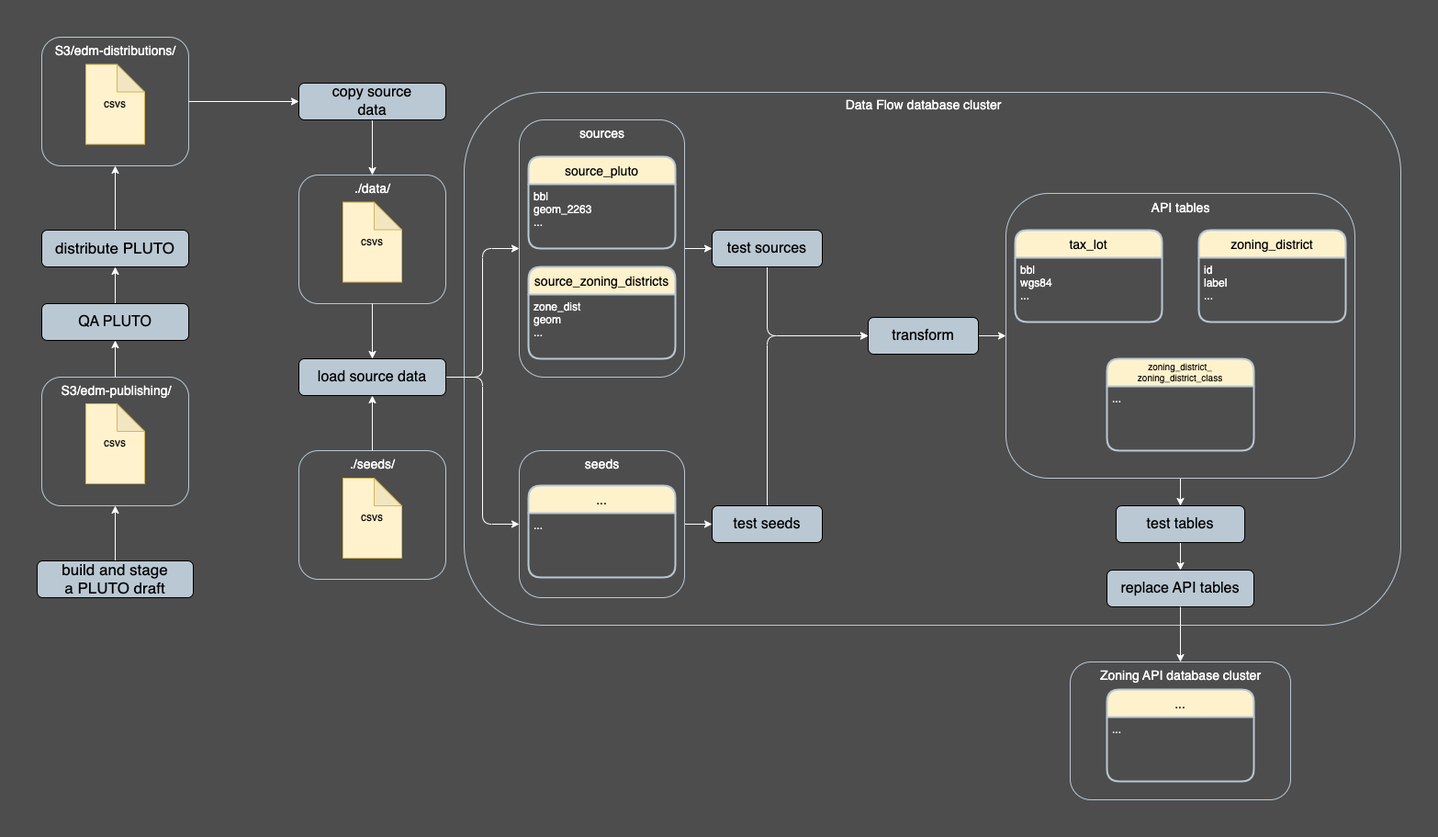
Earlier version of the draw.io export diagrams/workflow_zoning_api_update.drawio.png (NYCPlanning/ae-data-flow). Source tidied: cells renumbered, new cells last; positions are measured from the earlier drawing's top-left corner, leaving out a move shared by most shapes.
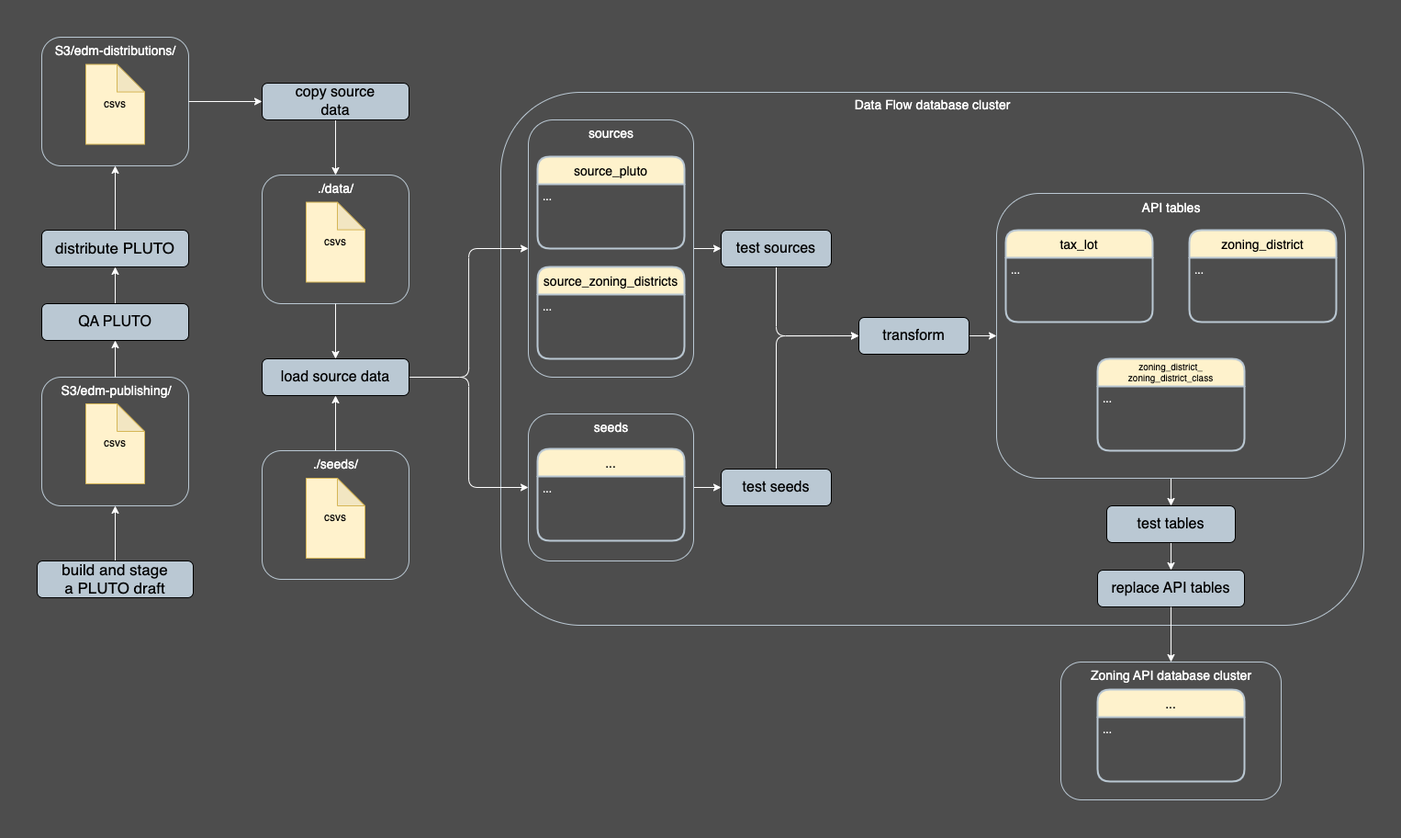
After the commit.

Commit message:
simplify column names in diagram

Diff of the diagram source:
```diff
@@ -3,22 +3,22 @@
     <mxCell id="0" />
     <mxCell id="1" parent="0" />
     <mxCell id="2" value="&lt;span style=&quot;font-size: 16px;&quot;&gt;&lt;br&gt;&lt;/span&gt;" style="shape=rect;html=1;rounded=1;whiteSpace=wrap;align=center;fillColor=none;strokeColor=#BAC8D3;fillStyle=hatch;" parent="1" vertex="1">
-      <mxGeometry x="1125" y="680" width="240" height="150" as="geometry" />
+      <mxGeometry x="1115" y="680" width="240" height="150" as="geometry" />
     </mxCell>
     <mxCell id="3" value="..." style="swimlane;horizontal=1;startSize=30;rounded=1;fontSize=14;fontStyle=0;strokeWidth=2;shadow=0;dashed=0;align=center;labelBackgroundColor=none;labelBorderColor=none;strokeColor=#BAC8D3;fontFamily=Helvetica;fontColor=#000000;fillColor=#fef2cc;" parent="1" vertex="1">
-      <mxGeometry x="1165" y="710" width="160" height="100" as="geometry" />
+      <mxGeometry x="1155" y="710" width="160" height="100" as="geometry" />
     </mxCell>
     <mxCell id="4" value="..." style="align=left;strokeColor=none;fillColor=none;spacingLeft=4;fontSize=12;verticalAlign=top;labelBackgroundColor=none;labelBorderColor=none;fontFamily=Helvetica;fontColor=#FFFFFF;gradientColor=default;" parent="3" vertex="1">
       <mxGeometry y="30" width="160" height="70" as="geometry" />
     </mxCell>
     <mxCell id="5" value="&lt;span style=&quot;font-size: 16px;&quot;&gt;&lt;br&gt;&lt;/span&gt;" style="shape=rect;html=1;rounded=1;whiteSpace=wrap;align=center;fillColor=none;strokeColor=#BAC8D3;fillStyle=hatch;" parent="1" vertex="1">
-      <mxGeometry x="465" y="60" width="1020" height="580" as="geometry" />
+      <mxGeometry x="505" y="60" width="940" height="580" as="geometry" />
     </mxCell>
     <mxCell id="6" style="edgeStyle=orthogonalEdgeStyle;shape=connector;rounded=1;html=1;entryX=0;entryY=0.5;entryDx=0;entryDy=0;labelBackgroundColor=default;strokeColor=#FFFFFF;fontFamily=Helvetica;fontSize=10;fontColor=default;endArrow=classic;" parent="1" edge="1" source="7" target="36">
       <mxGeometry relative="1" as="geometry" />
     </mxCell>
     <mxCell id="7" style="shape=rect;html=1;rounded=1;whiteSpace=wrap;align=center;fillColor=none;strokeColor=#BAC8D3;fillStyle=hatch;" parent="1" vertex="1">
-      <mxGeometry x="525" y="450" width="180" height="160" as="geometry" />
+      <mxGeometry x="535" y="410" width="180" height="160" as="geometry" />
     </mxCell>
     <mxCell id="8" style="edgeStyle=none;html=1;entryX=0.5;entryY=0;entryDx=0;entryDy=0;strokeColor=#CCCCCC;startArrow=classic;startFill=1;" parent="1" edge="1">
       <mxGeometry relative="1" as="geometry">
@@ -70,7 +70,7 @@
       <mxGeometry x="48" y="29" width="64" height="87" as="geometry" />
     </mxCell>
     <mxCell id="21" value="Data Flow database cluster" style="text;html=1;align=center;verticalAlign=middle;strokeColor=none;fillColor=none;labelBackgroundColor=none;fontSize=14;labelBorderColor=none;fontColor=#FFFFFF;" parent="1" vertex="1">
-      <mxGeometry x="871" y="60" width="188" height="29" as="geometry" />
+      <mxGeometry x="881" y="60" width="188" height="29" as="geometry" />
     </mxCell>
     <mxCell id="22" style="edgeStyle=orthogonalEdgeStyle;shape=connector;rounded=1;html=1;entryX=0;entryY=0.5;entryDx=0;entryDy=0;labelBackgroundColor=default;strokeColor=#FFFFFF;fontFamily=Helvetica;fontSize=10;fontColor=default;endArrow=classic;" parent="1" edge="1" source="24" target="7">
       <mxGeometry relative="1" as="geometry" />
@@ -79,10 +79,10 @@
       <mxGeometry relative="1" as="geometry" />
     </mxCell>
     <mxCell id="24" value="&lt;span style=&quot;font-size: 16px;&quot;&gt;load source data&lt;br&gt;&lt;/span&gt;" style="shape=rect;html=1;rounded=1;whiteSpace=wrap;align=center;fillColor=#BAC8D3;" parent="1" vertex="1">
-      <mxGeometry x="285" y="350" width="160" height="40" as="geometry" />
+      <mxGeometry x="245" y="350" width="160" height="40" as="geometry" />
     </mxCell>
     <mxCell id="25" style="group;" parent="1" vertex="1">
-      <mxGeometry x="285" y="150" width="160" height="140" as="geometry" />
+      <mxGeometry x="245" y="150" width="160" height="140" as="geometry" />
     </mxCell>
     <mxCell id="26" value="&lt;span style=&quot;font-size: 16px;&quot;&gt;&lt;br&gt;&lt;/span&gt;" style="shape=rect;html=1;rounded=1;whiteSpace=wrap;align=center;fillColor=none;strokeColor=#BAC8D3;fillStyle=hatch;" parent="25" vertex="1">
       <mxGeometry width="160" height="140" as="geometry" />
@@ -97,10 +97,10 @@
       <mxGeometry relative="1" as="geometry" />
     </mxCell>
     <mxCell id="30" value="&lt;span style=&quot;font-size: 16px;&quot;&gt;transform&lt;br&gt;&lt;/span&gt;" style="shape=rect;html=1;rounded=1;whiteSpace=wrap;align=center;fillColor=#BAC8D3;" parent="1" vertex="1">
-      <mxGeometry x="905" y="305" width="120" height="40" as="geometry" />
+      <mxGeometry x="895" y="305" width="120" height="40" as="geometry" />
     </mxCell>
     <mxCell id="31" style="group;" parent="1" vertex="1">
-      <mxGeometry x="285" y="450" width="160" height="140" as="geometry" />
+      <mxGeometry x="245" y="450" width="160" height="140" as="geometry" />
     </mxCell>
     <mxCell id="32" value="&lt;span style=&quot;font-size: 16px;&quot;&gt;&lt;br&gt;&lt;/span&gt;" style="shape=rect;html=1;rounded=1;whiteSpace=wrap;align=center;fillColor=none;strokeColor=#BAC8D3;fillStyle=hatch;" parent="31" vertex="1">
       <mxGeometry width="160" height="140" as="geometry" />
@@ -115,34 +115,34 @@
       <mxGeometry relative="1" as="geometry" />
     </mxCell>
     <mxCell id="36" value="&lt;span style=&quot;font-size: 16px;&quot;&gt;test seeds&lt;br&gt;&lt;/span&gt;" style="shape=rect;html=1;rounded=1;whiteSpace=wrap;align=center;fillColor=#BAC8D3;" parent="1" vertex="1">
-      <mxGeometry x="735" y="510" width="120" height="40" as="geometry" />
+      <mxGeometry x="745" y="470" width="120" height="40" as="geometry" />
     </mxCell>
     <mxCell id="37" style="edgeStyle=orthogonalEdgeStyle;shape=connector;rounded=1;html=1;entryX=0;entryY=0.5;entryDx=0;entryDy=0;labelBackgroundColor=default;strokeColor=#FFFFFF;fontFamily=Helvetica;fontSize=10;fontColor=default;endArrow=classic;" parent="1" edge="1" source="38" target="48">
       <mxGeometry relative="1" as="geometry" />
     </mxCell>
     <mxCell id="38" style="shape=rect;html=1;rounded=1;whiteSpace=wrap;align=center;fillColor=none;strokeColor=#BAC8D3;fillStyle=hatch;" parent="1" vertex="1">
-      <mxGeometry x="525" y="90" width="180" height="280" as="geometry" />
+      <mxGeometry x="535" y="90" width="180" height="280" as="geometry" />
     </mxCell>
     <mxCell id="39" value="sources" style="text;html=1;align=center;verticalAlign=middle;strokeColor=none;fillColor=none;labelBackgroundColor=none;fontSize=14;labelBorderColor=none;fontColor=#FFFFFF;" parent="1" vertex="1">
-      <mxGeometry x="580" y="90" width="70" height="30" as="geometry" />
+      <mxGeometry x="590" y="90" width="70" height="30" as="geometry" />
     </mxCell>
     <mxCell id="40" value="source_zoning_districts" style="swimlane;horizontal=1;startSize=30;rounded=1;fontSize=14;fontStyle=0;strokeWidth=2;shadow=0;dashed=0;align=center;labelBackgroundColor=none;labelBorderColor=none;strokeColor=#BAC8D3;fontFamily=Helvetica;fontColor=#000000;fillColor=#fef2cc;" parent="1" vertex="1">
-      <mxGeometry x="535" y="250" width="160" height="100" as="geometry" />
+      <mxGeometry x="545" y="250" width="160" height="100" as="geometry" />
     </mxCell>
-    <mxCell id="41" value="zone_dist&#10;geom&#10;..." style="align=left;strokeColor=none;fillColor=none;spacingLeft=4;fontSize=12;verticalAlign=top;labelBackgroundColor=none;labelBorderColor=none;fontFamily=Helvetica;fontColor=#FFFFFF;gradientColor=default;" parent="40" vertex="1">
+    <mxCell id="41" value="..." style="align=left;strokeColor=none;fillColor=none;spacingLeft=4;fontSize=12;verticalAlign=top;labelBackgroundColor=none;labelBorderColor=none;fontFamily=Helvetica;fontColor=#FFFFFF;gradientColor=default;" parent="40" vertex="1">
       <mxGeometry y="30" width="160" height="70" as="geometry" />
     </mxCell>
     <mxCell id="42" value="source_pluto" style="swimlane;horizontal=1;startSize=30;rounded=1;fontSize=14;fontStyle=0;strokeWidth=2;shadow=0;dashed=0;align=center;labelBackgroundColor=none;labelBorderColor=none;strokeColor=#BAC8D3;fontFamily=Helvetica;fontColor=#000000;fillColor=#fef2cc;" parent="1" vertex="1">
-      <mxGeometry x="535" y="130" width="160" height="100" as="geometry" />
+      <mxGeometry x="545" y="130" width="160" height="100" as="geometry" />
     </mxCell>
-    <mxCell id="43" value="bbl&#10;geom_2263&#10;..." style="align=left;strokeColor=none;fillColor=none;spacingLeft=4;fontSize=12;verticalAlign=top;labelBackgroundColor=none;labelBorderColor=none;fontFamily=Helvetica;fontColor=#FFFFFF;gradientColor=default;" parent="42" vertex="1">
+    <mxCell id="43" value="..." style="align=left;strokeColor=none;fillColor=none;spacingLeft=4;fontSize=12;verticalAlign=top;labelBackgroundColor=none;labelBorderColor=none;fontFamily=Helvetica;fontColor=#FFFFFF;gradientColor=default;" parent="42" vertex="1">
       <mxGeometry y="30" width="160" height="70" as="geometry" />
     </mxCell>
     <mxCell id="44" value="seeds" style="text;html=1;align=center;verticalAlign=middle;strokeColor=none;fillColor=none;labelBackgroundColor=none;fontSize=14;labelBorderColor=none;fontColor=#FFFFFF;" parent="1" vertex="1">
-      <mxGeometry x="585" y="450" width="60" height="30" as="geometry" />
+      <mxGeometry x="595" y="410" width="60" height="30" as="geometry" />
     </mxCell>
     <mxCell id="45" value="..." style="swimlane;horizontal=1;startSize=30;rounded=1;fontSize=14;fontStyle=0;strokeWidth=2;shadow=0;dashed=0;align=center;labelBackgroundColor=none;labelBorderColor=none;strokeColor=#BAC8D3;fontFamily=Helvetica;fontColor=#000000;fillColor=#fef2cc;" parent="1" vertex="1">
-      <mxGeometry x="535" y="488" width="160" height="100" as="geometry" />
+      <mxGeometry x="545" y="448" width="160" height="100" as="geometry" />
     </mxCell>
     <mxCell id="46" value="..." style="align=left;strokeColor=none;fillColor=none;spacingLeft=4;fontSize=12;verticalAlign=top;labelBackgroundColor=none;labelBorderColor=none;fontFamily=Helvetica;fontColor=#FFFFFF;gradientColor=default;" parent="45" vertex="1">
       <mxGeometry y="30" width="160" height="70" as="geometry" />
@@ -151,10 +151,10 @@
       <mxGeometry relative="1" as="geometry" />
     </mxCell>
     <mxCell id="48" value="&lt;span style=&quot;font-size: 16px;&quot;&gt;test sources&lt;br&gt;&lt;/span&gt;" style="shape=rect;html=1;rounded=1;whiteSpace=wrap;align=center;fillColor=#BAC8D3;" parent="1" vertex="1">
-      <mxGeometry x="735" y="210" width="120" height="40" as="geometry" />
+      <mxGeometry x="745" y="210" width="120" height="40" as="geometry" />
     </mxCell>
     <mxCell id="49" style="group;" parent="1" vertex="1">
-      <mxGeometry x="1055" y="170" width="380" height="450" as="geometry" />
+      <mxGeometry x="1045" y="170" width="380" height="450" as="geometry" />
     </mxCell>
     <mxCell id="50" style="group;" parent="49" vertex="1">
       <mxGeometry width="380" height="450" as="geometry" />
@@ -171,13 +171,13 @@
     <mxCell id="54" value="tax_lot" style="swimlane;horizontal=1;startSize=30;rounded=1;fontSize=14;fontStyle=0;strokeWidth=2;shadow=0;dashed=0;align=center;labelBackgroundColor=none;labelBorderColor=none;strokeColor=#BAC8D3;fontFamily=Helvetica;fontColor=#000000;fillColor=#fef2cc;" parent="50" vertex="1">
       <mxGeometry x="10" y="40" width="160" height="100" as="geometry" />
     </mxCell>
-    <mxCell id="55" value="bbl&#10;wgs84&#10;..." style="align=left;strokeColor=none;fillColor=none;spacingLeft=4;fontSize=12;verticalAlign=top;labelBackgroundColor=none;labelBorderColor=none;fontFamily=Helvetica;fontColor=#FFFFFF;gradientColor=default;" parent="54" vertex="1">
+    <mxCell id="55" value="..." style="align=left;strokeColor=none;fillColor=none;spacingLeft=4;fontSize=12;verticalAlign=top;labelBackgroundColor=none;labelBorderColor=none;fontFamily=Helvetica;fontColor=#FFFFFF;gradientColor=default;" parent="54" vertex="1">
       <mxGeometry y="30" width="160" height="70" as="geometry" />
     </mxCell>
     <mxCell id="56" value="zoning_district" style="swimlane;horizontal=1;startSize=30;rounded=1;fontSize=14;fontStyle=0;strokeWidth=2;shadow=0;dashed=0;align=center;labelBackgroundColor=none;labelBorderColor=none;strokeColor=#BAC8D3;fontFamily=Helvetica;fontColor=#000000;fillColor=#fef2cc;" parent="50" vertex="1">
       <mxGeometry x="210" y="40" width="160" height="100" as="geometry" />
     </mxCell>
-    <mxCell id="57" value="id&#10;label&#10;..." style="align=left;strokeColor=none;fillColor=none;spacingLeft=4;fontSize=12;verticalAlign=top;labelBackgroundColor=none;labelBorderColor=none;fontFamily=Helvetica;fontColor=#FFFFFF;gradientColor=default;" parent="56" vertex="1">
+    <mxCell id="57" value="..." style="align=left;strokeColor=none;fillColor=none;spacingLeft=4;fontSize=12;verticalAlign=top;labelBackgroundColor=none;labelBorderColor=none;fontFamily=Helvetica;fontColor=#FFFFFF;gradientColor=default;" parent="56" vertex="1">
       <mxGeometry y="30" width="160" height="70" as="geometry" />
     </mxCell>
     <mxCell id="58" value="zoning_district_&#10;zoning_district_class" style="swimlane;horizontal=1;startSize=30;rounded=1;fontSize=10;fontStyle=0;strokeWidth=2;shadow=0;dashed=0;align=center;labelBackgroundColor=none;labelBorderColor=none;strokeColor=#BAC8D3;fontFamily=Helvetica;fontColor=#000000;fillColor=#fef2cc;" parent="50" vertex="1">
@@ -186,7 +186,7 @@
     <mxCell id="59" value="..." style="align=left;strokeColor=none;fillColor=none;spacingLeft=4;fontSize=12;verticalAlign=top;labelBackgroundColor=none;labelBorderColor=none;fontFamily=Helvetica;fontColor=#FFFFFF;gradientColor=default;" parent="58" vertex="1">
       <mxGeometry y="30" width="160" height="70" as="geometry" />
     </mxCell>
-    <mxCell id="60" style="edgeStyle=orthogonalEdgeStyle;shape=connector;rounded=1;html=1;labelBackgroundColor=default;strokeColor=#FFFFFF;fontFamily=Helvetica;fontSize=10;fontColor=default;endArrow=classic;" parent="50" edge="1" source="61" target="62">
+    <mxCell id="60" style="edgeStyle=orthogonalEdgeStyle;shape=connector;rounded=1;html=1;entryX=0.5;entryY=0;entryDx=0;entryDy=0;labelBackgroundColor=default;strokeColor=#FFFFFF;fontFamily=Helvetica;fontSize=10;fontColor=default;endArrow=classic;" parent="50" edge="1" source="61" target="62">
       <mxGeometry relative="1" as="geometry" />
     </mxCell>
     <mxCell id="61" value="&lt;span style=&quot;font-size: 16px;&quot;&gt;test tables&lt;br&gt;&lt;/span&gt;" style="shape=rect;html=1;rounded=1;whiteSpace=wrap;align=center;fillColor=#BAC8D3;" parent="50" vertex="1">
@@ -217,7 +217,7 @@
       <mxGeometry relative="1" as="geometry" />
     </mxCell>
     <mxCell id="70" value="&lt;span style=&quot;font-size: 16px;&quot;&gt;copy source&lt;/span&gt;&lt;br style=&quot;border-color: var(--border-color); font-size: 16px;&quot;&gt;&lt;span style=&quot;font-size: 16px;&quot;&gt;data&lt;/span&gt;&lt;span style=&quot;font-size: 16px;&quot;&gt;&lt;br&gt;&lt;/span&gt;" style="shape=rect;html=1;rounded=1;whiteSpace=wrap;align=center;fillColor=#BAC8D3;" parent="1" vertex="1">
-      <mxGeometry x="285" y="50" width="160" height="40" as="geometry" />
+      <mxGeometry x="245" y="50" width="160" height="40" as="geometry" />
     </mxCell>
     <mxCell id="71" style="edgeStyle=none;html=1;exitX=0.5;exitY=1;exitDx=0;exitDy=0;entryX=0.5;entryY=0;entryDx=0;entryDy=0;fontSize=10;strokeColor=#FFFFFF;" parent="1" edge="1" source="26" target="24">
       <mxGeometry relative="1" as="geometry" />
@@ -235,7 +235,7 @@
       <mxGeometry relative="1" as="geometry" />
     </mxCell>
     <mxCell id="76" value="Zoning API database cluster" style="text;html=1;align=center;verticalAlign=middle;strokeColor=none;fillColor=none;labelBackgroundColor=none;fontSize=14;labelBorderColor=none;fontColor=#FFFFFF;" parent="1" vertex="1">
-      <mxGeometry x="1145" y="680" width="200" height="30" as="geometry" />
+      <mxGeometry x="1135" y="680" width="200" height="30" as="geometry" />
     </mxCell>
   </root>
 </mxGraphModel>
```
